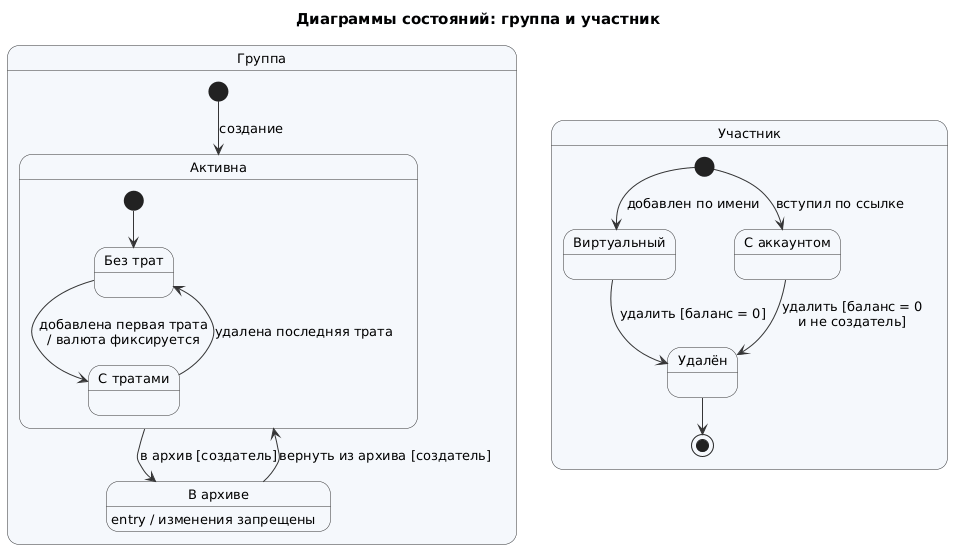
Above: docs/design/uml/png/st-01-group-member.png in ykleyka/SDLC (PlantUML), before the change. Source of this version:
```plantuml
@startuml
skinparam defaultFontName Arial
skinparam defaultFontSize 13
skinparam shadowing false
skinparam monochrome false
skinparam backgroundColor white
skinparam ArrowColor #333333
skinparam ActorBorderColor #333333
skinparam UsecaseBorderColor #333333
skinparam UsecaseBackgroundColor #F5F8FC
skinparam RectangleBorderColor #333333
skinparam ActivityBorderColor #333333
skinparam ActivityBackgroundColor #F5F8FC
skinparam StateBorderColor #333333
skinparam StateBackgroundColor #F5F8FC
skinparam ParticipantBorderColor #333333
skinparam ParticipantBackgroundColor #F5F8FC
skinparam SequenceLifeLineBorderColor #777777
skinparam NoteBackgroundColor #FFFBE6
skinparam NoteBorderColor #999999
skinparam TitleFontSize 15

title Диаграммы состояний: группа и участник

state "Группа" as Group {
  [*] --> Active : создание
  state "Активна" as Active {
    [*] --> Empty
    state "Без трат" as Empty
    state "С тратами" as WithExpenses
    Empty --> WithExpenses : добавлена первая трата\n/ валюта фиксируется
    WithExpenses --> Empty : удалена последняя трата
  }
  state "В архиве" as Archived
  Archived : entry / изменения запрещены
  Active --> Archived : в архив [создатель]
  Archived --> Active : вернуть из архива [создатель]
}

state "Участник" as Member {
  [*] --> Virtual : добавлен по имени
  [*] --> Linked : вступил по ссылке
  state "Виртуальный" as Virtual
  state "С аккаунтом" as Linked
  state "Удалён" as Removed
  Virtual --> Removed : удалить [баланс = 0]
  Linked --> Removed : удалить [баланс = 0\nи не создатель]
  Removed --> [*]
}
@enduml
```
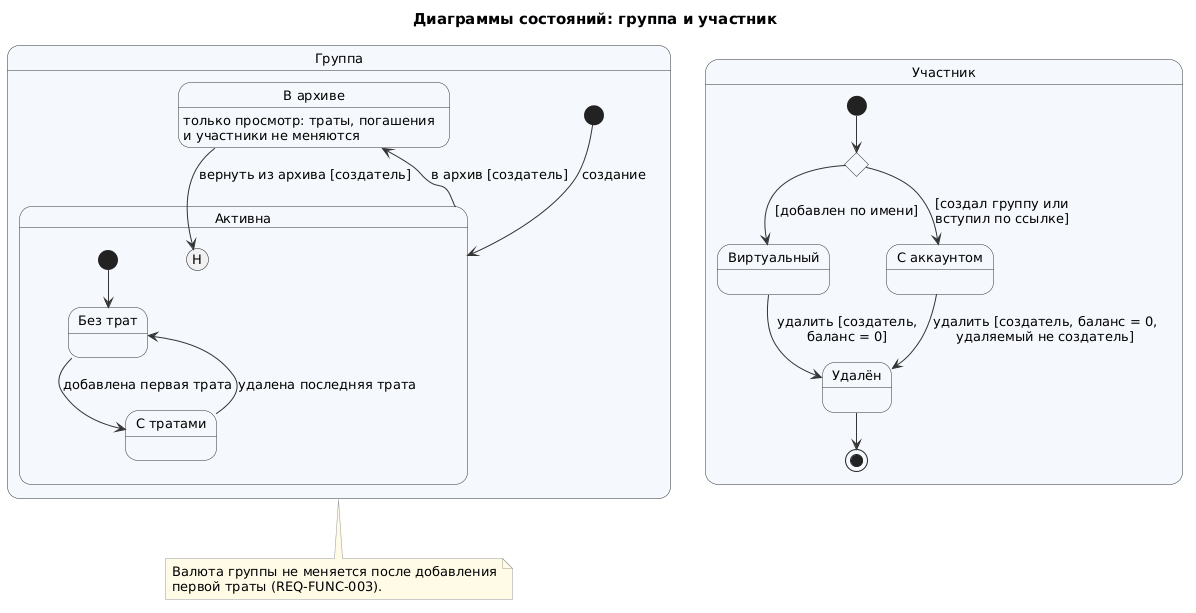
Later version of the same file.

Commit message:
Исправлены диаграмы претендентов и состояний

Change to the diagram source:
```diff
@@ -28,23 +28,29 @@
     [*] --> Empty
     state "Без трат" as Empty
     state "С тратами" as WithExpenses
-    Empty --> WithExpenses : добавлена первая трата\n/ валюта фиксируется
+    Empty --> WithExpenses : добавлена первая трата
     WithExpenses --> Empty : удалена последняя трата
   }
   state "В архиве" as Archived
-  Archived : entry / изменения запрещены
+  Archived : только просмотр: траты, погашения\nи участники не меняются
   Active --> Archived : в архив [создатель]
-  Archived --> Active : вернуть из архива [создатель]
+  Archived --> Active[H] : вернуть из архива [создатель]
 }
+note bottom of Group
+  Валюта группы не меняется после добавления
+  первой траты (REQ-FUNC-003).
+end note
 
 state "Участник" as Member {
-  [*] --> Virtual : добавлен по имени
-  [*] --> Linked : вступил по ссылке
+  state start <<choice>>
+  [*] --> start
+  start --> Virtual : [добавлен по имени]
+  start --> Linked : [создал группу или\nвступил по ссылке]
   state "Виртуальный" as Virtual
   state "С аккаунтом" as Linked
   state "Удалён" as Removed
-  Virtual --> Removed : удалить [баланс = 0]
-  Linked --> Removed : удалить [баланс = 0\nи не создатель]
+  Virtual --> Removed : удалить [создатель,\nбаланс = 0]
+  Linked --> Removed : удалить [создатель, баланс = 0,\nудаляемый не создатель]
   Removed --> [*]
 }
 @enduml
```
